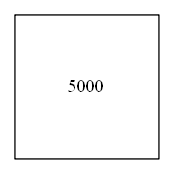
This is Graphics/NODOS.png from Guillermo-O-C/EDD_1S20200_PY2_201801366, a Graphviz export, as it was before one commit. Its source is kept beside it as TextFiles/NODOS.dot.
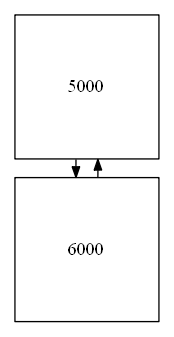
Later version of the same file.

Change to the diagram source:
```diff
@@ -2,4 +2,4 @@
  nodesep=0.3;
  ranksep=0.2;
     margin=0.1;
- node[shape=box width="1.5" height="1.5" fixed="true"];  edge [arrowsize=0.8];"5000";}
+ node[shape=box width="1.5" height="1.5" fixed="true"];  edge [arrowsize=0.8];"5000" ->"6000";"6000" -> "5000";}
```
